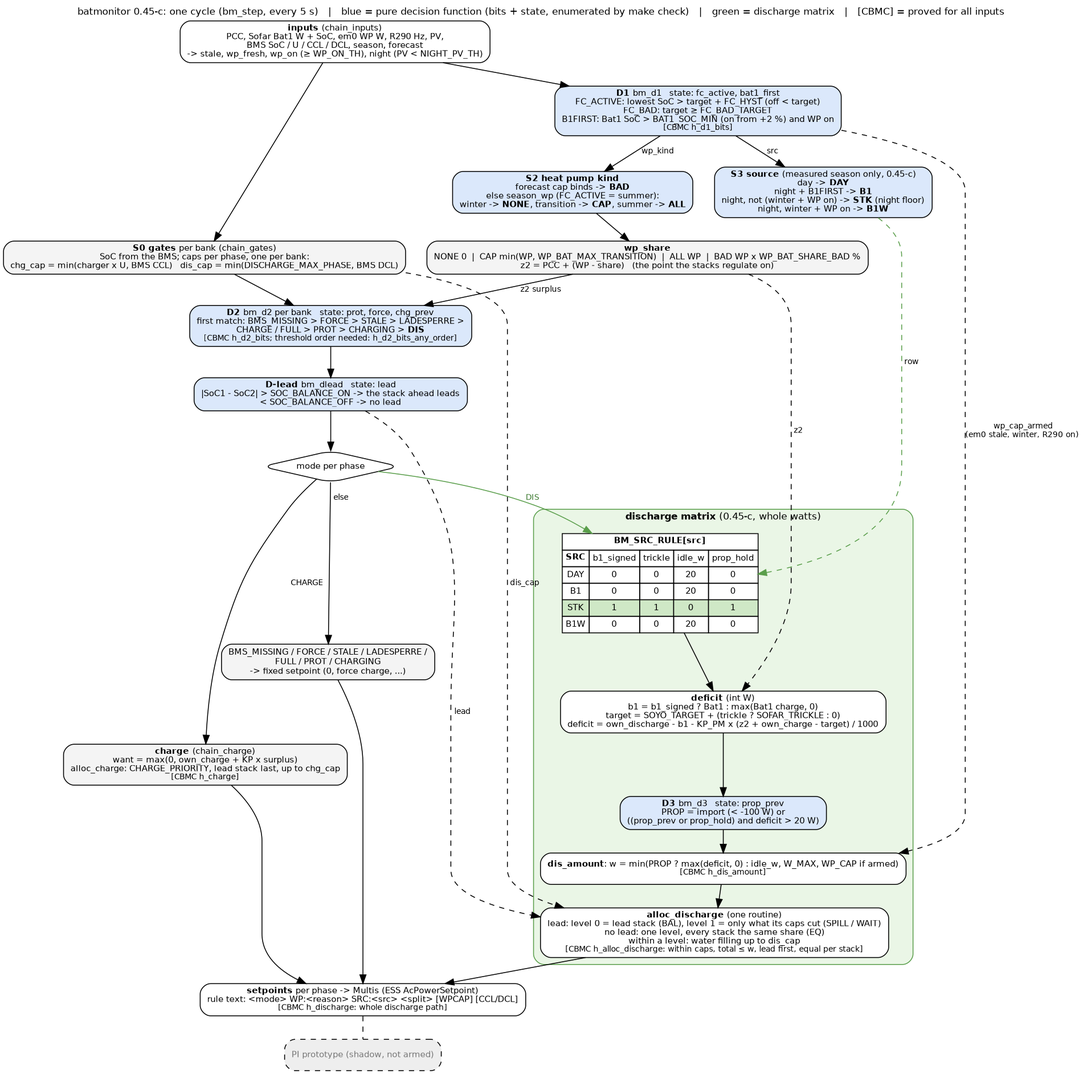
gerontec/victron keeps this Graphviz diagram as docs/decision_flow.png. Above is the earlier version. Its source is kept beside it as docs/decision_flow.dot.
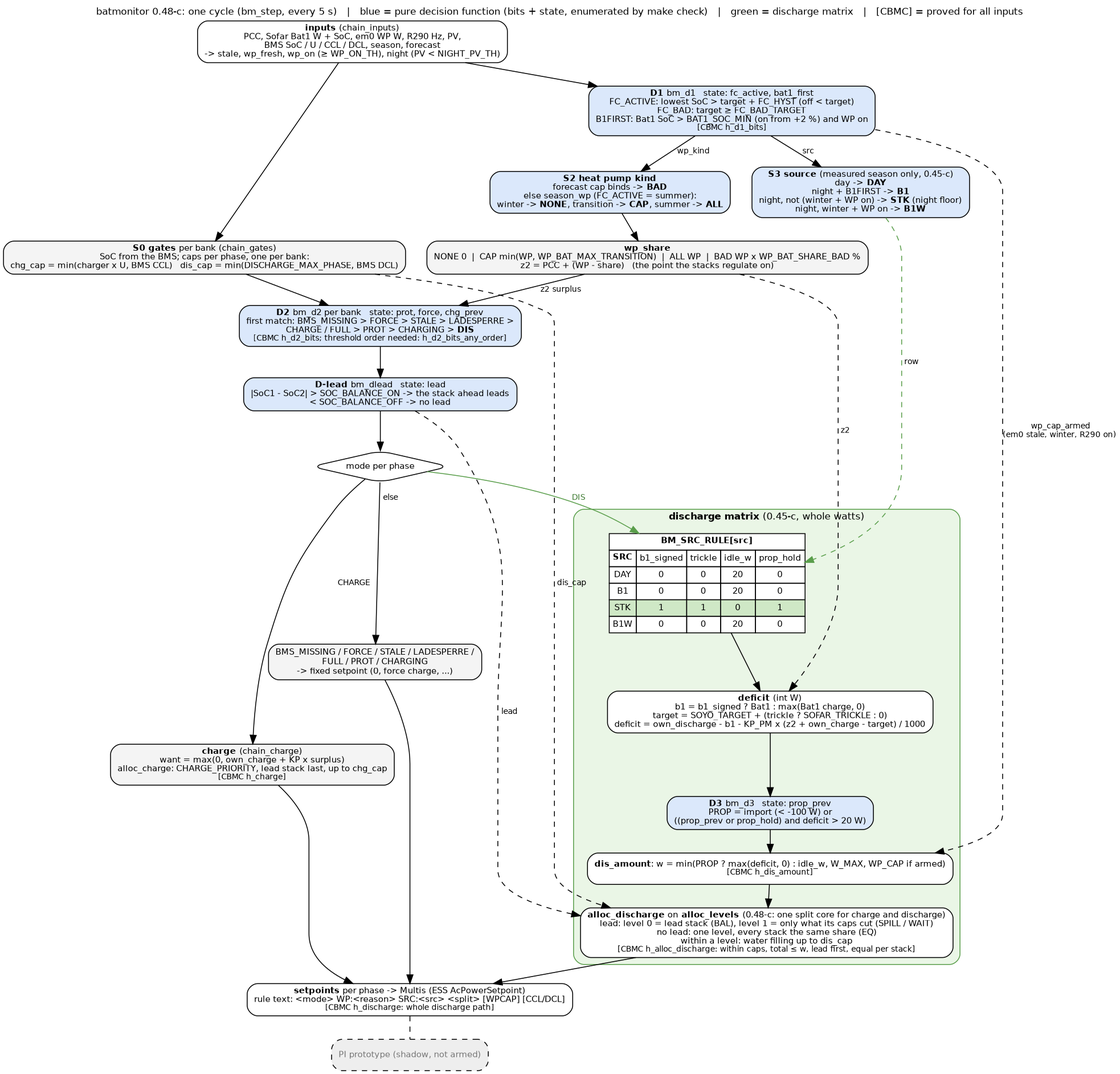
After the commit.

Diff of the diagram source:
```diff
@@ -1,6 +1,6 @@
 digraph batmonitor {
 	graph [rankdir=TB, fontname="Helvetica", fontsize=11, nodesep=0.35, ranksep=0.35, newrank=true,
-		   label="batmonitor 0.45-c: one cycle (bm_step, every 5 s)   |   blue = pure decision function (bits + state, enumerated by make check)   |   green = discharge matrix   |   [CBMC] = proved for all inputs",
+		   label="batmonitor 0.48-c: one cycle (bm_step, every 5 s)   |   blue = pure decision function (bits + state, enumerated by make check)   |   green = discharge matrix   |   [CBMC] = proved for all inputs",
 		   labelloc=t];
 	node [shape=box, style="rounded,filled", fillcolor="#f4f4f4", fontname="Helvetica", fontsize=10];
 	edge [fontname="Helvetica", fontsize=9];
@@ -38,7 +38,7 @@
 		deficit [label=<<b>deficit</b> (int W)<br/>b1 = b1_signed ? Bat1 : max(Bat1 charge, 0)<br/>target = SOYO_TARGET + (trickle ? SOFAR_TRICKLE : 0)<br/>deficit = own_discharge - b1 - KP_PM x (z2 + own_charge - target) / 1000>, fillcolor="#ffffff"];
 		d3 [label=<<b>D3</b> bm_d3   state: prop_prev<br/>PROP = import (&lt; -100 W) or<br/>((prop_prev or prop_hold) and deficit &gt; 20 W)>, fillcolor="#dbe8fb"];
 		amount [label=<<b>dis_amount</b>: w = min(PROP ? max(deficit, 0) : idle_w, W_MAX, WP_CAP if armed)<br/><font point-size="9">[CBMC h_dis_amount]</font>>, fillcolor="#ffffff"];
-		alloc [label=<<b>alloc_discharge</b> (one routine)<br/>lead: level 0 = lead stack (BAL), level 1 = only what its caps cut (SPILL / WAIT)<br/>no lead: one level, every stack the same share (EQ)<br/>within a level: water filling up to dis_cap<br/><font point-size="9">[CBMC h_alloc_discharge: within caps, total &le; w, lead first, equal per stack]</font>>, fillcolor="#ffffff"];
+		alloc [label=<<b>alloc_discharge</b> on <b>alloc_levels</b> (0.48-c: one split core for charge and discharge)<br/>lead: level 0 = lead stack (BAL), level 1 = only what its caps cut (SPILL / WAIT)<br/>no lead: one level, every stack the same share (EQ)<br/>within a level: water filling up to dis_cap<br/><font point-size="9">[CBMC h_alloc_discharge: within caps, total &le; w, lead first, equal per stack]</font>>, fillcolor="#ffffff"];
 		rule -> deficit -> d3 -> amount -> alloc;
 	}
 
```
